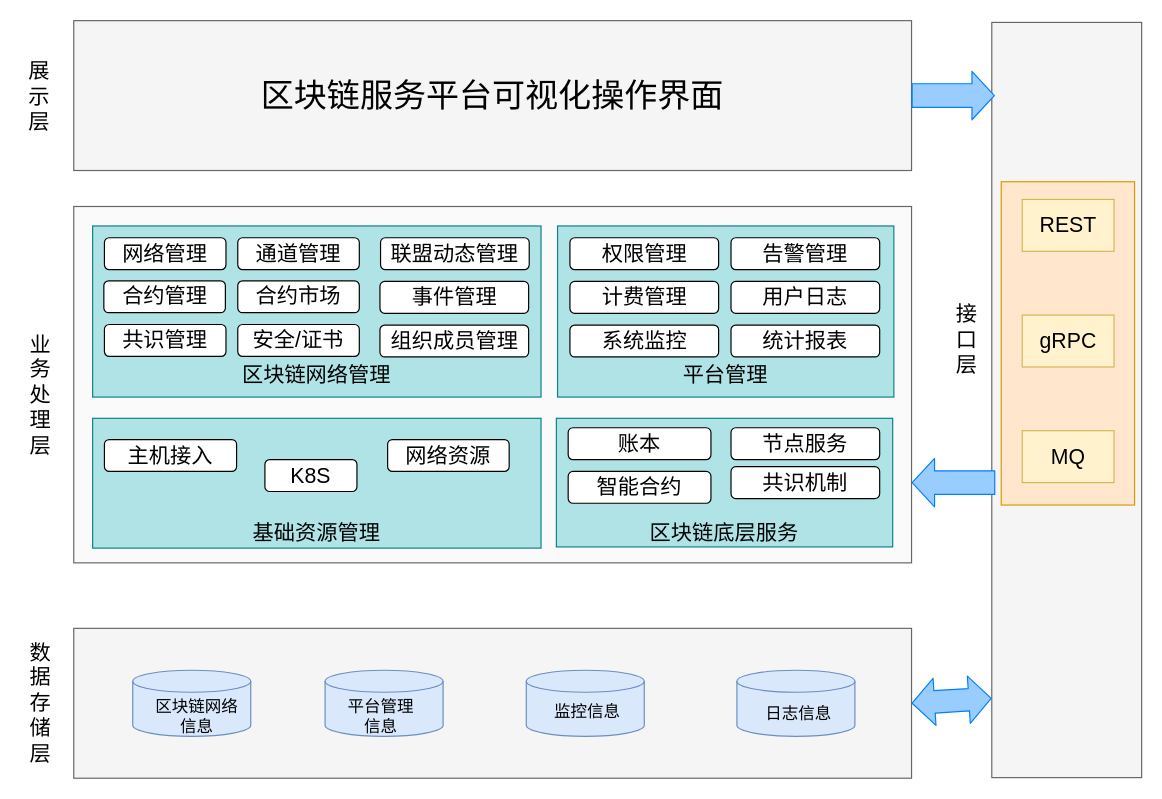
This is repository/drawio/postb/启动会ppt_逻辑架构图.drawio from dilide/collections, a draw.io file, before an edit. Source tidied: cells renumbered, new cells numbered last; positions are measured from the earlier drawing's top-left corner, leaving out a move shared by most shapes. Both pictures are drawn from the tidied source at 118%, with x=0, y=0 at pixel (20, 20).
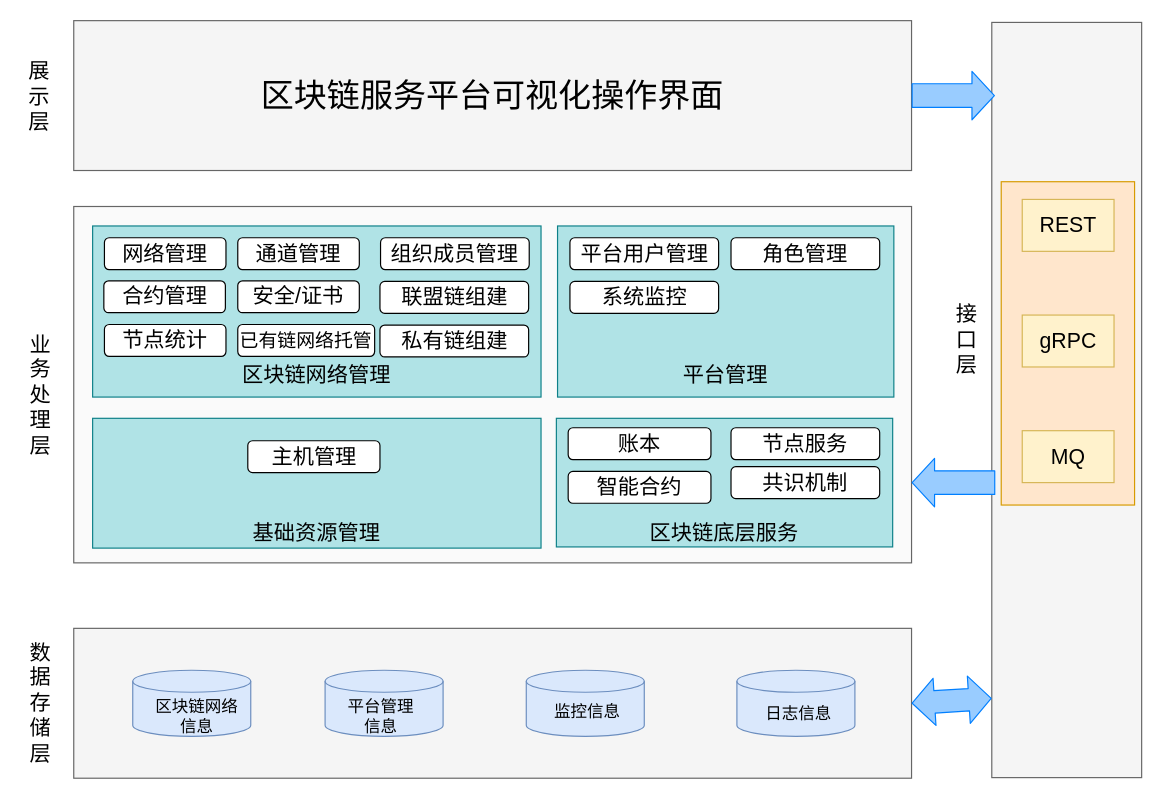
The same diagram, later.

Commit message:
总体设计_逻辑架构图

Change to the diagram source:
```diff
@@
-    <mxCell id="8" value="合约市场" style="rounded=1;whiteSpace=wrap;html=1;shadow=0;glass=0;comic=0;fontSize=18;" parent="1" vertex="1">
+    <mxCell id="8" value="安全/证书" style="rounded=1;whiteSpace=wrap;html=1;shadow=0;glass=0;comic=0;fontSize=18;" parent="1" vertex="1">
       <mxGeometry x="184" y="220.5" width="103" height="27" as="geometry" />
     </mxCell>
-    <mxCell id="9" value="联盟动态管理" style="rounded=1;whiteSpace=wrap;html=1;shadow=0;glass=0;comic=0;fontSize=18;" parent="1" vertex="1">
+    <mxCell id="9" value="组织成员管理" style="rounded=1;whiteSpace=wrap;html=1;shadow=0;glass=0;comic=0;fontSize=18;" parent="1" vertex="1">
       <mxGeometry x="305" y="184" width="126" height="27" as="geometry" />
     </mxCell>
-    <mxCell id="10" value="事件管理" style="rounded=1;whiteSpace=wrap;html=1;shadow=0;glass=0;comic=0;fontSize=18;" parent="1" vertex="1">
+    <mxCell id="10" value="联盟链组建" style="rounded=1;whiteSpace=wrap;html=1;shadow=0;glass=0;comic=0;fontSize=18;" parent="1" vertex="1">
       <mxGeometry x="304.5" y="221" width="126" height="27" as="geometry" />
     </mxCell>
@@
-    <mxCell id="12" value="组织成员管理" style="rounded=1;whiteSpace=wrap;html=1;shadow=0;glass=0;comic=0;fontSize=18;" parent="1" vertex="1">
+    <mxCell id="12" value="私有链组建" style="rounded=1;whiteSpace=wrap;html=1;shadow=0;glass=0;comic=0;fontSize=18;" parent="1" vertex="1">
       <mxGeometry x="304.5" y="258" width="126" height="27" as="geometry" />
     </mxCell>
-    <mxCell id="13" value="计费管理" style="rounded=1;whiteSpace=wrap;html=1;shadow=0;glass=0;comic=0;fontSize=18;" parent="1" vertex="1">
+    <mxCell id="13" value="系统监控" style="rounded=1;whiteSpace=wrap;html=1;shadow=0;glass=0;comic=0;fontSize=18;" parent="1" vertex="1">
       <mxGeometry x="465.5" y="221" width="126" height="27" as="geometry" />
     </mxCell>
-    <mxCell id="14" value="告警管理" style="rounded=1;whiteSpace=wrap;html=1;shadow=0;glass=0;comic=0;fontSize=18;" parent="1" vertex="1">
+    <mxCell id="14" value="角色管理" style="rounded=1;whiteSpace=wrap;html=1;shadow=0;glass=0;comic=0;fontSize=18;" parent="1" vertex="1">
       <mxGeometry x="602" y="184" width="126" height="27" as="geometry" />
     </mxCell>
-    <mxCell id="15" value="用户日志" style="rounded=1;whiteSpace=wrap;html=1;shadow=0;glass=0;comic=0;fontSize=18;" parent="1" vertex="1">
-      <mxGeometry x="602" y="221" width="126" height="27" as="geometry" />
-    </mxCell>
-    <mxCell id="16" value="系统监控" style="rounded=1;whiteSpace=wrap;html=1;shadow=0;glass=0;comic=0;fontSize=18;" parent="1" vertex="1">
-      <mxGeometry x="465.5" y="258" width="126" height="27" as="geometry" />
-    </mxCell>
-    <mxCell id="17" value="统计报表" style="rounded=1;whiteSpace=wrap;html=1;shadow=0;glass=0;comic=0;fontSize=18;" parent="1" vertex="1">
-      <mxGeometry x="602" y="258" width="126" height="27" as="geometry" />
-    </mxCell>
@@
-    <mxCell id="22" value="共识管理" style="rounded=1;whiteSpace=wrap;html=1;shadow=0;glass=0;comic=0;fontSize=18;" parent="1" vertex="1">
+    <mxCell id="22" value="节点统计" style="rounded=1;whiteSpace=wrap;html=1;shadow=0;glass=0;comic=0;fontSize=18;" parent="1" vertex="1">
       <mxGeometry x="71" y="257.5" width="103" height="27" as="geometry" />
     </mxCell>
-    <mxCell id="23" value="安全/证书" style="rounded=1;whiteSpace=wrap;html=1;shadow=0;glass=0;comic=0;fontSize=18;" parent="1" vertex="1">
-      <mxGeometry x="184" y="257.5" width="103" height="27" as="geometry" />
+    <mxCell id="23" value="&lt;span style=&quot;font-size: 16px&quot;&gt;已有链网络托管&lt;/span&gt;" style="rounded=1;whiteSpace=wrap;html=1;shadow=0;glass=0;comic=0;fontSize=18;" parent="1" vertex="1">
+      <mxGeometry x="184" y="257.5" width="116" height="27" as="geometry" />
     </mxCell>
-    <mxCell id="24" value="权限管理" style="rounded=1;whiteSpace=wrap;html=1;shadow=0;glass=0;comic=0;fontSize=18;" parent="1" vertex="1">
+    <mxCell id="24" value="平台用户管理" style="rounded=1;whiteSpace=wrap;html=1;shadow=0;glass=0;comic=0;fontSize=18;" parent="1" vertex="1">
       <mxGeometry x="465.5" y="184" width="126" height="27" as="geometry" />
     </mxCell>
-    <mxCell id="25" value="主机接入" style="rounded=1;whiteSpace=wrap;html=1;shadow=0;glass=0;comic=0;fontSize=18;" parent="1" vertex="1">
-      <mxGeometry x="71" y="355" width="112" height="27" as="geometry" />
+    <mxCell id="25" value="主机管理" style="rounded=1;whiteSpace=wrap;html=1;shadow=0;glass=0;comic=0;fontSize=18;" parent="1" vertex="1">
+      <mxGeometry x="192.5" y="356" width="112" height="27" as="geometry" />
     </mxCell>
-    <mxCell id="26" value="K8S" style="rounded=1;whiteSpace=wrap;html=1;shadow=0;glass=0;comic=0;fontSize=18;" parent="1" vertex="1">
-      <mxGeometry x="207" y="372" width="78" height="27" as="geometry" />
-    </mxCell>
-    <mxCell id="27" value="网络资源" style="rounded=1;whiteSpace=wrap;html=1;shadow=0;glass=0;comic=0;fontSize=18;" parent="1" vertex="1">
-      <mxGeometry x="311" y="355" width="103" height="27" as="geometry" />
-    </mxCell>
```
